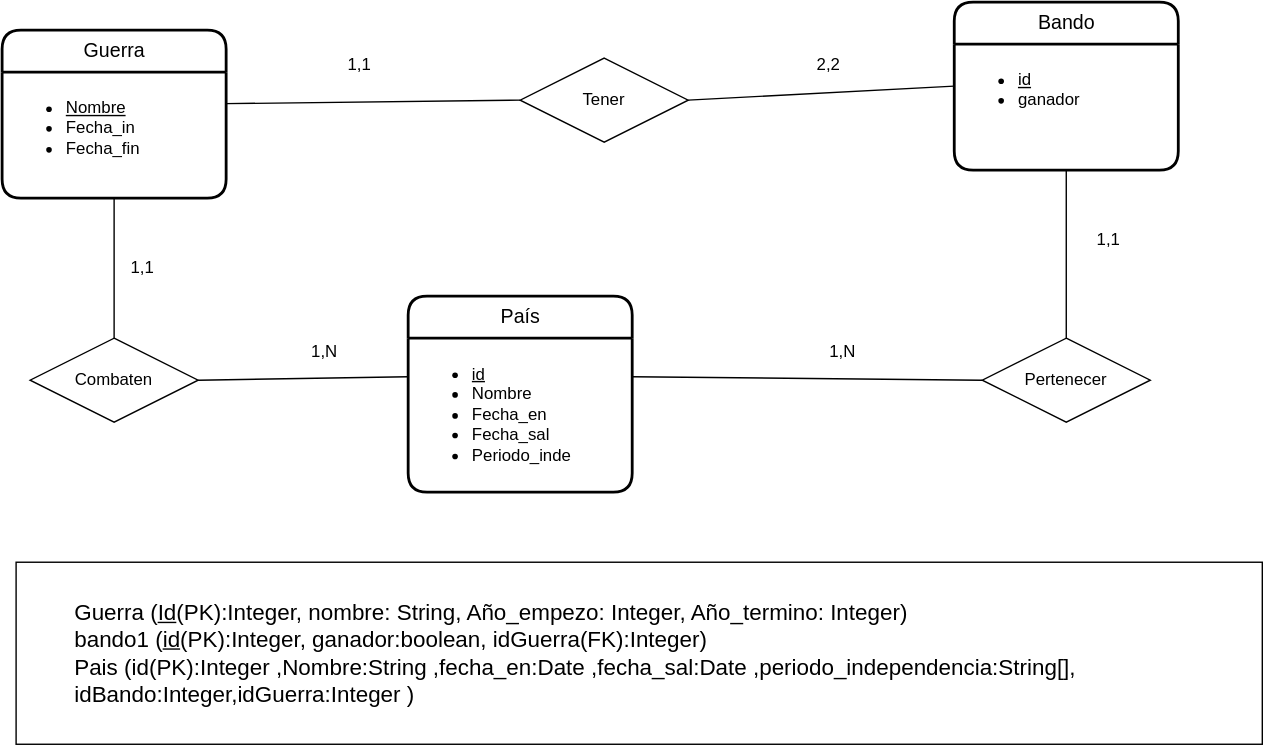
Before: UD12-04.svg, a diagram exported from draw.io (Jimxx22/C3-UD11-UML). Source tidied: cells renumbered, new cells last; positions are measured from the earlier drawing's top-left corner, leaving out a move shared by most shapes. Its diagram source:
```xml
<mxGraphModel background="#ffffff">
  <root>
    <mxCell id="0" />
    <mxCell id="1" parent="0" />
    <mxCell id="2" value="Guerra" style="swimlane;horizontal=1;startSize=30;rounded=1;fontSize=14;fontStyle=0;strokeWidth=2;shadow=0;dashed=0;align=center;glass=0;fillColor=default;html=1;" parent="1" vertex="1">
      <mxGeometry y="20" width="160" height="120" as="geometry" />
    </mxCell>
    <mxCell id="3" value="&lt;ul&gt;&lt;li&gt;&lt;span style=&quot;background-color: initial;&quot;&gt;&lt;u&gt;Nombre&lt;/u&gt;&lt;/span&gt;&lt;/li&gt;&lt;li&gt;Fecha_in&lt;/li&gt;&lt;li&gt;Fecha_fin&lt;/li&gt;&lt;/ul&gt;" style="align=left;strokeColor=none;fillColor=none;spacingLeft=4;fontSize=12;verticalAlign=top;rounded=0;glass=0;html=1;" parent="2" vertex="1">
      <mxGeometry y="30" width="160" height="90" as="geometry" />
    </mxCell>
    <mxCell id="4" value="Tener" style="shape=rhombus;perimeter=rhombusPerimeter;whiteSpace=wrap;html=1;align=center;" parent="1" vertex="1">
      <mxGeometry x="370" y="40" width="120" height="60" as="geometry" />
    </mxCell>
    <mxCell id="5" value="Bando" style="swimlane;horizontal=1;startSize=30;rounded=1;fontSize=14;fontStyle=0;strokeWidth=2;shadow=0;dashed=0;align=center;glass=0;fillColor=default;html=1;" parent="1" vertex="1">
      <mxGeometry x="680" width="160" height="120" as="geometry" />
    </mxCell>
    <mxCell id="6" value="&lt;ul&gt;&lt;li&gt;&lt;u&gt;id&lt;/u&gt;&lt;/li&gt;&lt;li&gt;&lt;span style=&quot;background-color: initial;&quot;&gt;ganador&lt;/span&gt;&lt;br&gt;&lt;/li&gt;&lt;/ul&gt;" style="align=left;strokeColor=none;fillColor=none;spacingLeft=4;fontSize=12;verticalAlign=top;rounded=0;glass=0;html=1;" parent="5" vertex="1">
      <mxGeometry y="30" width="160" height="90" as="geometry" />
    </mxCell>
    <mxCell id="7" value="País" style="swimlane;horizontal=1;startSize=30;rounded=1;fontSize=14;fontStyle=0;strokeWidth=2;shadow=0;dashed=0;align=center;glass=0;fillColor=default;html=1;" parent="1" vertex="1">
      <mxGeometry x="290" y="210" width="160" height="140" as="geometry" />
    </mxCell>
    <mxCell id="8" value="&lt;ul&gt;&lt;li&gt;&lt;u&gt;id&lt;/u&gt;&lt;/li&gt;&lt;li&gt;Nombre&lt;/li&gt;&lt;li&gt;&lt;span style=&quot;background-color: initial;&quot;&gt;Fecha_en&lt;/span&gt;&lt;br&gt;&lt;/li&gt;&lt;li&gt;&lt;span style=&quot;background-color: initial;&quot;&gt;Fecha_sal&lt;/span&gt;&lt;/li&gt;&lt;li&gt;&lt;span style=&quot;background-color: initial;&quot;&gt;Periodo_inde&lt;/span&gt;&lt;/li&gt;&lt;/ul&gt;" style="align=left;strokeColor=none;fillColor=none;spacingLeft=4;fontSize=12;verticalAlign=top;rounded=0;glass=0;html=1;" parent="7" vertex="1">
      <mxGeometry y="30" width="160" height="110" as="geometry" />
    </mxCell>
    <mxCell id="9" style="endArrow=none;html=1;rounded=0;exitX=0;exitY=0.5;exitDx=0;exitDy=0;entryX=1;entryY=0.25;entryDx=0;entryDy=0;" parent="1" edge="1" source="4" target="3">
      <mxGeometry relative="1" as="geometry" />
    </mxCell>
    <mxCell id="10" value="Pertenecer" style="shape=rhombus;perimeter=rhombusPerimeter;whiteSpace=wrap;html=1;align=center;" parent="1" vertex="1">
      <mxGeometry x="700" y="240" width="120" height="60" as="geometry" />
    </mxCell>
    <mxCell id="11" style="endArrow=none;html=1;rounded=0;exitX=1;exitY=0.5;exitDx=0;exitDy=0;entryX=0;entryY=0.5;entryDx=0;entryDy=0;" parent="1" edge="1" source="4" target="5">
      <mxGeometry relative="1" as="geometry" />
    </mxCell>
    <mxCell id="12" style="endArrow=none;html=1;rounded=0;entryX=0.5;entryY=1;entryDx=0;entryDy=0;exitX=0.5;exitY=0;exitDx=0;exitDy=0;" parent="1" edge="1" source="10" target="6">
      <mxGeometry relative="1" as="geometry" />
    </mxCell>
    <mxCell id="13" style="endArrow=none;html=1;rounded=0;entryX=1;entryY=0.25;entryDx=0;entryDy=0;exitX=0;exitY=0.5;exitDx=0;exitDy=0;" parent="1" edge="1" source="10" target="8">
      <mxGeometry relative="1" as="geometry" />
    </mxCell>
    <mxCell id="14" style="endArrow=none;html=1;rounded=0;entryX=0;entryY=0.25;entryDx=0;entryDy=0;exitX=1;exitY=0.5;exitDx=0;exitDy=0;" parent="1" edge="1" source="15" target="8">
      <mxGeometry relative="1" as="geometry" />
    </mxCell>
    <mxCell id="15" value="Combaten" style="shape=rhombus;perimeter=rhombusPerimeter;whiteSpace=wrap;html=1;align=center;rounded=0;glass=0;fillColor=default;" parent="1" vertex="1">
      <mxGeometry x="20" y="240" width="120" height="60" as="geometry" />
    </mxCell>
    <mxCell id="16" style="endArrow=none;html=1;rounded=0;entryX=0.5;entryY=1;entryDx=0;entryDy=0;exitX=0.5;exitY=0;exitDx=0;exitDy=0;" parent="1" edge="1" source="15" target="3">
      <mxGeometry relative="1" as="geometry" />
    </mxCell>
    <mxCell id="17" value="1,1" style="text;html=1;align=center;verticalAlign=middle;strokeColor=none;fillColor=none;" parent="1" vertex="1">
      <mxGeometry x="80" y="175" width="40" height="30" as="geometry" />
    </mxCell>
    <mxCell id="18" value="1,N" style="text;html=1;align=center;verticalAlign=middle;strokeColor=none;fillColor=none;" parent="1" vertex="1">
      <mxGeometry x="210" y="235" width="40" height="30" as="geometry" />
    </mxCell>
    <mxCell id="19" value="1,1" style="text;html=1;align=center;verticalAlign=middle;strokeColor=none;fillColor=none;" parent="1" vertex="1">
      <mxGeometry x="235" y="30" width="40" height="30" as="geometry" />
    </mxCell>
    <mxCell id="20" value="2,2" style="text;html=1;align=center;verticalAlign=middle;strokeColor=none;fillColor=none;" parent="1" vertex="1">
      <mxGeometry x="570" y="30" width="40" height="30" as="geometry" />
    </mxCell>
    <mxCell id="21" value="1,1" style="text;html=1;align=center;verticalAlign=middle;strokeColor=none;fillColor=none;" parent="1" vertex="1">
      <mxGeometry x="770" y="155" width="40" height="30" as="geometry" />
    </mxCell>
    <mxCell id="22" value="1,N" style="text;html=1;align=center;verticalAlign=middle;strokeColor=none;fillColor=none;" parent="1" vertex="1">
      <mxGeometry x="580" y="235" width="40" height="30" as="geometry" />
    </mxCell>
    <mxCell id="23" value="&lt;blockquote style=&quot;margin: 0 0 0 40px; border: none; padding: 0px;&quot;&gt;&lt;div style=&quot;font-size: 16px;&quot;&gt;&lt;font style=&quot;font-size: 16px;&quot;&gt;Guerra (&lt;u style=&quot;&quot;&gt;Id&lt;/u&gt;(PK):Integer, nombre: String, Año_empezo: Integer, Año_termino: Integer)&lt;/font&gt;&lt;/div&gt;&lt;div style=&quot;font-size: 16px;&quot;&gt;&lt;font style=&quot;font-size: 16px;&quot;&gt;bando1 (&lt;u&gt;id&lt;/u&gt;(PK):Integer, ganador:boolean, idGuerra(FK):Integer)&lt;/font&gt;&lt;/div&gt;&lt;div style=&quot;font-size: 16px;&quot;&gt;&lt;font style=&quot;font-size: 16px;&quot;&gt;Pais (id(PK):&lt;/font&gt;&lt;font style=&quot;font-size: 16px;&quot;&gt;&lt;font style=&quot;font-size: 16px;&quot;&gt;Integer &lt;/font&gt;,Nombre:&lt;/font&gt;&lt;font style=&quot;font-size: 16px;&quot;&gt;&lt;font style=&quot;font-size: 16px;&quot;&gt;String &lt;/font&gt;,fecha_en:&lt;/font&gt;&lt;font style=&quot;font-size: 16px;&quot;&gt;&lt;font style=&quot;font-size: 16px;&quot;&gt;Date &lt;/font&gt;,fecha_sal:&lt;/font&gt;&lt;font style=&quot;font-size: 16px;&quot;&gt;&lt;font style=&quot;font-size: 16px;&quot;&gt;Date &lt;/font&gt;,periodo_independencia:&lt;/font&gt;&lt;font style=&quot;font-size: 16px;&quot;&gt;&lt;font style=&quot;font-size: 16px;&quot;&gt;String[], idBando:Integer,idGuerra:Integer &lt;/font&gt;)&lt;/font&gt;&lt;/div&gt;&lt;/blockquote&gt;" style="rounded=0;whiteSpace=wrap;html=1;align=left;" parent="1" vertex="1">
      <mxGeometry x="10" y="400" width="890" height="130" as="geometry" />
    </mxCell>
  </root>
</mxGraphModel>
```
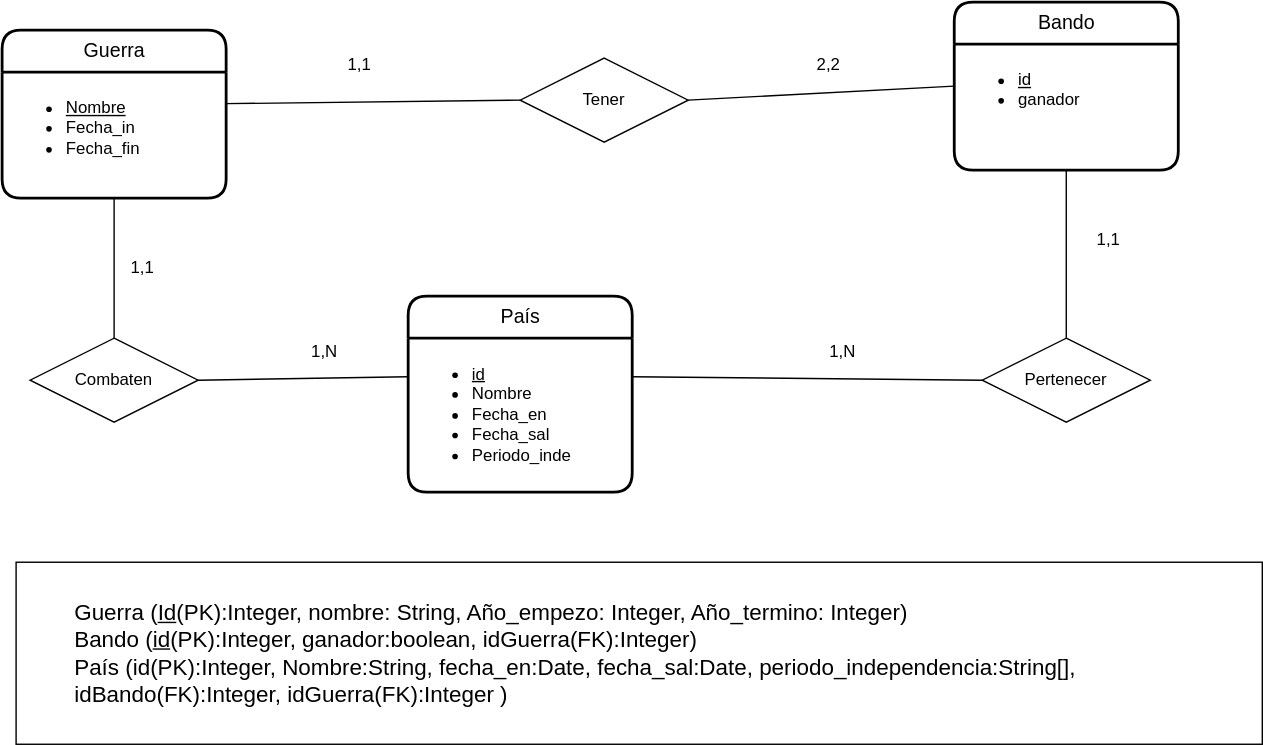
Later version of the same file.

Change to the diagram source:
```diff
@@ -65,7 +65,7 @@
     <mxCell id="22" value="1,N" style="text;html=1;align=center;verticalAlign=middle;strokeColor=none;fillColor=none;" parent="1" vertex="1">
       <mxGeometry x="580" y="235" width="40" height="30" as="geometry" />
     </mxCell>
-    <mxCell id="23" value="&lt;blockquote style=&quot;margin: 0 0 0 40px; border: none; padding: 0px;&quot;&gt;&lt;div style=&quot;font-size: 16px;&quot;&gt;&lt;font style=&quot;font-size: 16px;&quot;&gt;Guerra (&lt;u style=&quot;&quot;&gt;Id&lt;/u&gt;(PK):Integer, nombre: String, Año_empezo: Integer, Año_termino: Integer)&lt;/font&gt;&lt;/div&gt;&lt;div style=&quot;font-size: 16px;&quot;&gt;&lt;font style=&quot;font-size: 16px;&quot;&gt;bando1 (&lt;u&gt;id&lt;/u&gt;(PK):Integer, ganador:boolean, idGuerra(FK):Integer)&lt;/font&gt;&lt;/div&gt;&lt;div style=&quot;font-size: 16px;&quot;&gt;&lt;font style=&quot;font-size: 16px;&quot;&gt;Pais (id(PK):&lt;/font&gt;&lt;font style=&quot;font-size: 16px;&quot;&gt;&lt;font style=&quot;font-size: 16px;&quot;&gt;Integer &lt;/font&gt;,Nombre:&lt;/font&gt;&lt;font style=&quot;font-size: 16px;&quot;&gt;&lt;font style=&quot;font-size: 16px;&quot;&gt;String &lt;/font&gt;,fecha_en:&lt;/font&gt;&lt;font style=&quot;font-size: 16px;&quot;&gt;&lt;font style=&quot;font-size: 16px;&quot;&gt;Date &lt;/font&gt;,fecha_sal:&lt;/font&gt;&lt;font style=&quot;font-size: 16px;&quot;&gt;&lt;font style=&quot;font-size: 16px;&quot;&gt;Date &lt;/font&gt;,periodo_independencia:&lt;/font&gt;&lt;font style=&quot;font-size: 16px;&quot;&gt;&lt;font style=&quot;font-size: 16px;&quot;&gt;String[], idBando:Integer,idGuerra:Integer &lt;/font&gt;)&lt;/font&gt;&lt;/div&gt;&lt;/blockquote&gt;" style="rounded=0;whiteSpace=wrap;html=1;align=left;" parent="1" vertex="1">
+    <mxCell id="23" value="&lt;blockquote style=&quot;margin: 0 0 0 40px; border: none; padding: 0px;&quot;&gt;&lt;div style=&quot;font-size: 16px;&quot;&gt;&lt;font style=&quot;font-size: 16px;&quot;&gt;Guerra (&lt;u style=&quot;&quot;&gt;Id&lt;/u&gt;(PK):Integer, nombre: String, Año_empezo: Integer, Año_termino: Integer)&lt;/font&gt;&lt;/div&gt;&lt;div style=&quot;font-size: 16px;&quot;&gt;&lt;font style=&quot;font-size: 16px;&quot;&gt;Bando (&lt;u&gt;id&lt;/u&gt;(PK):Integer, ganador:boolean, idGuerra(FK):Integer)&lt;/font&gt;&lt;/div&gt;&lt;div style=&quot;font-size: 16px;&quot;&gt;&lt;font style=&quot;font-size: 16px;&quot;&gt;País (id(PK):&lt;/font&gt;&lt;font style=&quot;font-size: 16px;&quot;&gt;&lt;font style=&quot;font-size: 16px;&quot;&gt;Integer&lt;/font&gt;, Nombre:&lt;/font&gt;&lt;font style=&quot;font-size: 16px;&quot;&gt;&lt;font style=&quot;font-size: 16px;&quot;&gt;String&lt;/font&gt;, fecha_en:&lt;/font&gt;&lt;font style=&quot;font-size: 16px;&quot;&gt;&lt;font style=&quot;font-size: 16px;&quot;&gt;Date&lt;/font&gt;, fecha_sal:&lt;/font&gt;&lt;font style=&quot;font-size: 16px;&quot;&gt;&lt;font style=&quot;font-size: 16px;&quot;&gt;Date&lt;/font&gt;, periodo_independencia:&lt;/font&gt;&lt;font style=&quot;font-size: 16px;&quot;&gt;&lt;font style=&quot;font-size: 16px;&quot;&gt;String[], idBando(FK):Integer, idGuerra(FK):Integer &lt;/font&gt;)&lt;/font&gt;&lt;/div&gt;&lt;/blockquote&gt;" style="rounded=0;whiteSpace=wrap;html=1;align=left;" parent="1" vertex="1">
       <mxGeometry x="10" y="400" width="890" height="130" as="geometry" />
     </mxCell>
   </root>
```
